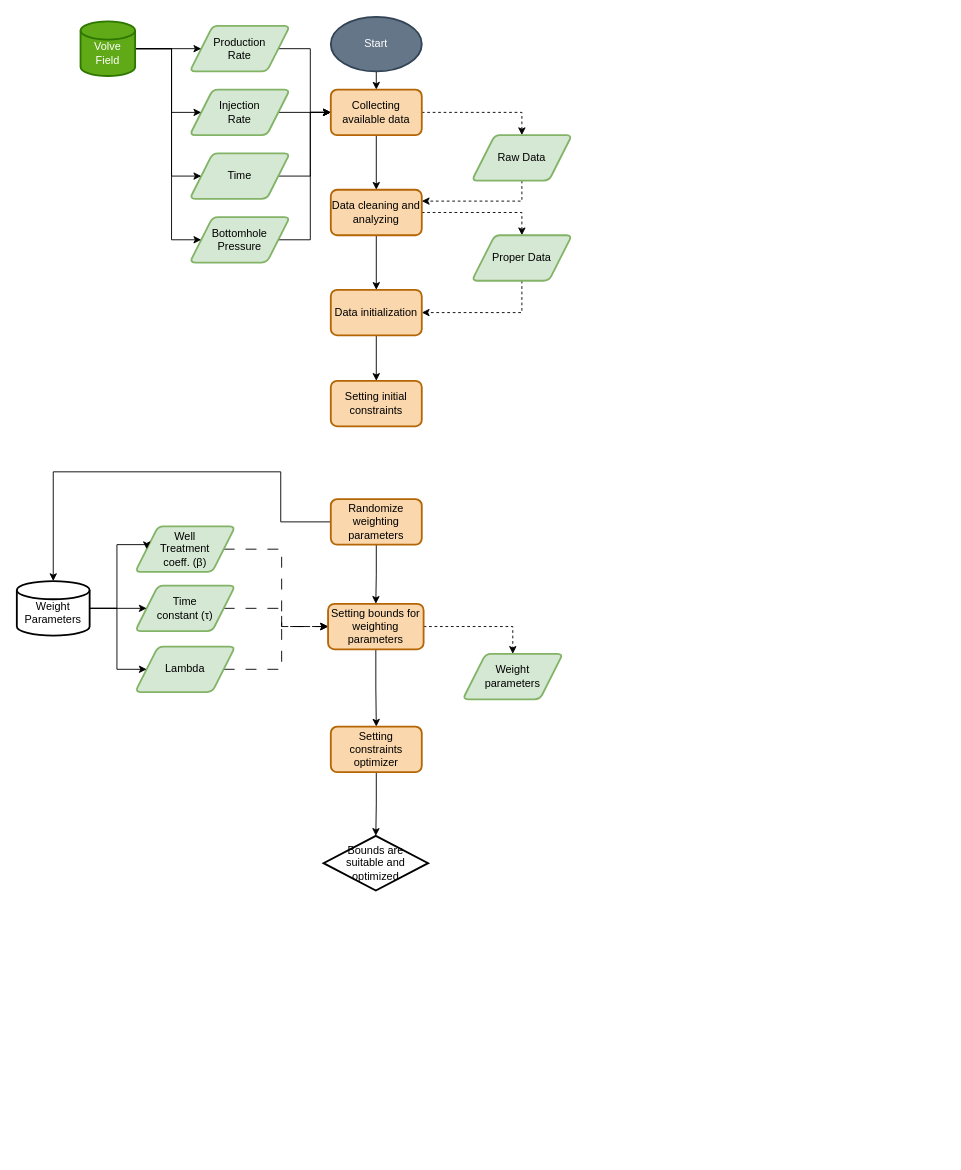
Earlier version of the draw.io diagram Untitled Diagram.drawio (leleony/leleony). Source tidied: cells renumbered, new cells numbered last; positions are measured from the earlier drawing's top-left corner, leaving out a move shared by most shapes. Both pictures are drawn from the tidied source at 91%, with x=0, y=0 at pixel (16, 16).
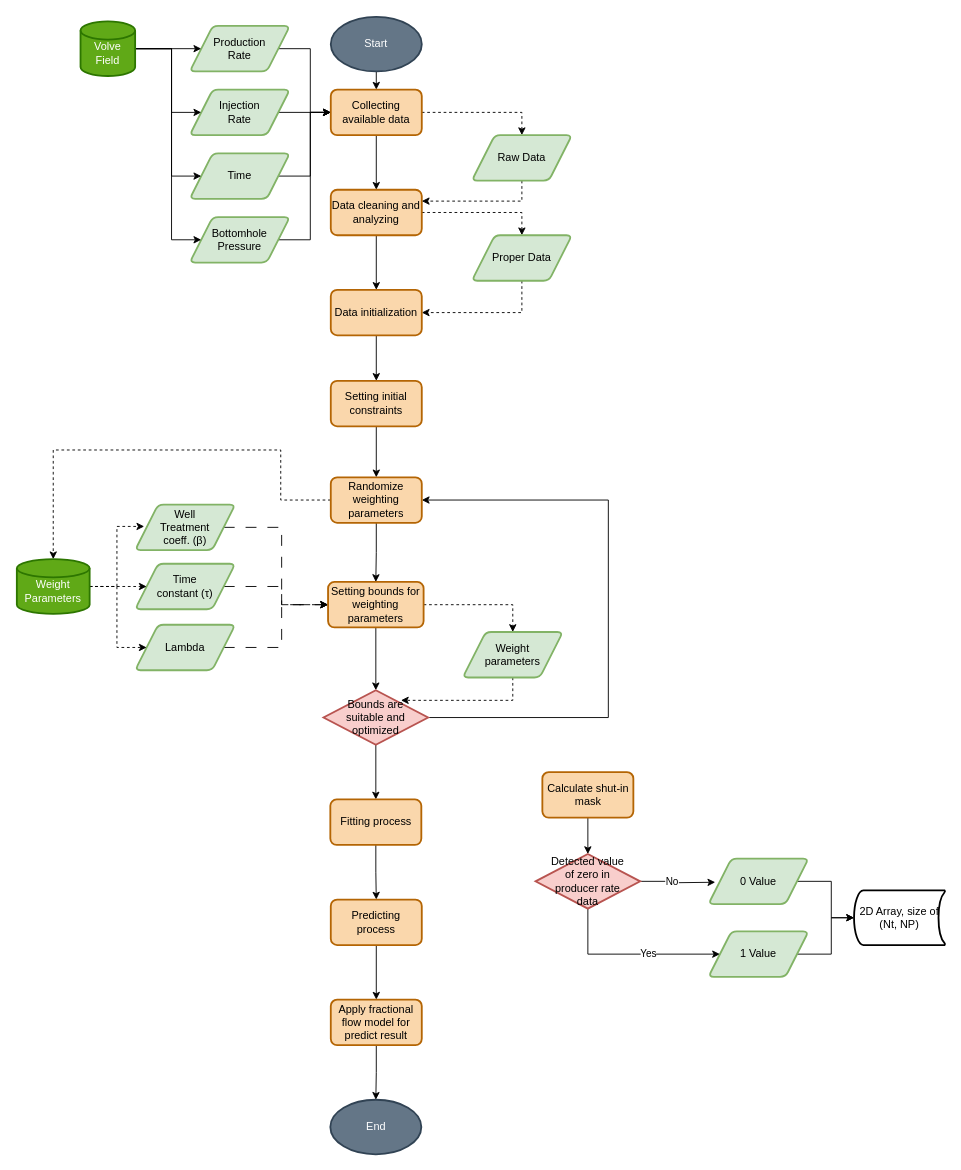
The same page after the edit.

The change refers to these unchanged cells:
```xml
<mxCell id="49" value="Setting initial constraints" style="rounded=1;whiteSpace=wrap;html=1;absoluteArcSize=1;arcSize=14;strokeWidth=2;fillColor=#fad7ac;strokeColor=#b46504;" parent="1" vertex="1">
  <mxGeometry x="345" y="400" width="100" height="50" as="geometry" />
</mxCell>
```

The edit, as a diff of the source:
```diff
@@
-    <mxCell id="30" style="edgeStyle=orthogonalEdgeStyle;rounded=0;jettySize=auto;html=1;exitX=0.5;exitY=1;exitDx=0;exitDy=0;entryX=0.5;entryY=0;entryDx=0;entryDy=0;" parent="1" edge="1" source="31" target="41">
-      <mxGeometry relative="1" as="geometry" />
-    </mxCell>
+    <mxCell id="50" style="edgeStyle=orthogonalEdgeStyle;rounded=0;jettySize=auto;html=1;exitX=0.5;exitY=1;exitDx=0;exitDy=0;entryX=0.5;entryY=0;entryDx=0;entryDy=0;entryPerimeter=0;" parent="1" edge="1" source="31" target="39">
+      <mxGeometry relative="1" as="geometry" />
+    </mxCell>
     <mxCell id="31" value="Setting bounds for weighting parameters" style="rounded=1;whiteSpace=wrap;html=1;absoluteArcSize=1;arcSize=14;strokeWidth=2;fillColor=#fad7ac;strokeColor=#b46504;" parent="1" vertex="1">
-      <mxGeometry x="342" y="645" width="105" height="50" as="geometry" />
+      <mxGeometry x="342" y="621" width="105" height="50" as="geometry" />
     </mxCell>
@@
     <mxCell id="33" value="Well Treatment coeff. (β)" style="shape=parallelogram;html=1;strokeWidth=2;perimeter=parallelogramPerimeter;whiteSpace=wrap;rounded=1;arcSize=12;size=0.23;spacingLeft=20;spacingRight=20;fillColor=#d5e8d4;strokeColor=#82b366;" parent="1" vertex="1">
-      <mxGeometry x="130" y="560" width="110" height="50" as="geometry" />
+      <mxGeometry x="130" y="536" width="110" height="50" as="geometry" />
     </mxCell>
@@
     <mxCell id="35" value="Time constant (τ)" style="shape=parallelogram;html=1;strokeWidth=2;perimeter=parallelogramPerimeter;whiteSpace=wrap;rounded=1;arcSize=12;size=0.23;spacingLeft=20;spacingRight=20;fillColor=#d5e8d4;strokeColor=#82b366;" parent="1" vertex="1">
-      <mxGeometry x="130" y="625" width="110" height="50" as="geometry" />
+      <mxGeometry x="130" y="601" width="110" height="50" as="geometry" />
     </mxCell>
@@
     <mxCell id="37" value="Lambda" style="shape=parallelogram;html=1;strokeWidth=2;perimeter=parallelogramPerimeter;whiteSpace=wrap;rounded=1;arcSize=12;size=0.23;spacingLeft=20;spacingRight=20;fillColor=#d5e8d4;strokeColor=#82b366;" parent="1" vertex="1">
-      <mxGeometry x="130" y="692" width="110" height="50" as="geometry" />
+      <mxGeometry x="130" y="668" width="110" height="50" as="geometry" />
     </mxCell>
+    <mxCell id="51" style="edgeStyle=orthogonalEdgeStyle;rounded=0;jettySize=auto;html=1;exitX=0.5;exitY=1;exitDx=0;exitDy=0;entryX=0.74;entryY=0.185;entryDx=0;entryDy=0;entryPerimeter=0;dashed=1;" parent="1" edge="1" source="38" target="39">
+      <mxGeometry relative="1" as="geometry">
+        <Array as="points">
+          <mxPoint x="545" y="751" />
+        </Array>
+      </mxGeometry>
+    </mxCell>
     <mxCell id="38" value="Weight parameters" style="shape=parallelogram;html=1;strokeWidth=2;perimeter=parallelogramPerimeter;whiteSpace=wrap;rounded=1;arcSize=12;size=0.23;spacingLeft=20;spacingRight=20;fillColor=#d5e8d4;strokeColor=#82b366;" parent="1" vertex="1">
-      <mxGeometry x="490" y="700" width="110" height="50" as="geometry" />
+      <mxGeometry x="490" y="676" width="110" height="50" as="geometry" />
     </mxCell>
+    <mxCell id="52" style="edgeStyle=orthogonalEdgeStyle;rounded=0;jettySize=auto;html=1;exitX=1;exitY=0.5;exitDx=0;exitDy=0;exitPerimeter=0;entryX=1;entryY=0.5;entryDx=0;entryDy=0;" parent="1" edge="1" source="39" target="44">
+      <mxGeometry relative="1" as="geometry">
+        <Array as="points">
+          <mxPoint x="452" y="770" />
+          <mxPoint x="650" y="770" />
+          <mxPoint x="650" y="531" />
+        </Array>
+      </mxGeometry>
+    </mxCell>
+    <mxCell id="53" style="edgeStyle=orthogonalEdgeStyle;rounded=0;jettySize=auto;html=1;exitX=0.5;exitY=1;exitDx=0;exitDy=0;exitPerimeter=0;entryX=0.5;entryY=0;entryDx=0;entryDy=0;" parent="1" edge="1" source="39" target="56">
+      <mxGeometry relative="1" as="geometry" />
+    </mxCell>
-    <mxCell id="39" value="Bounds are suitable and optimized" style="strokeWidth=2;html=1;shape=mxgraph.flowchart.decision;whiteSpace=wrap;spacingLeft=10;spacingRight=10;" parent="1" vertex="1">
-      <mxGeometry x="337" y="900" width="115" height="60" as="geometry" />
+    <mxCell id="39" value="Bounds are suitable and optimized" style="strokeWidth=2;html=1;shape=mxgraph.flowchart.decision;whiteSpace=wrap;spacingLeft=10;spacingRight=10;fillColor=#f8cecc;strokeColor=#b85450;" parent="1" vertex="1">
+      <mxGeometry x="337" y="740" width="115" height="60" as="geometry" />
     </mxCell>
-    <mxCell id="40" style="edgeStyle=orthogonalEdgeStyle;rounded=0;jettySize=auto;html=1;exitX=0.5;exitY=1;exitDx=0;exitDy=0;entryX=0.5;entryY=0;entryDx=0;entryDy=0;entryPerimeter=0;" parent="1" edge="1" source="41" target="39">
-      <mxGeometry relative="1" as="geometry" />
-    </mxCell>
-    <mxCell id="41" value="Setting constraints optimizer" style="rounded=1;whiteSpace=wrap;html=1;absoluteArcSize=1;arcSize=14;strokeWidth=2;fillColor=#fad7ac;strokeColor=#b46504;" parent="1" vertex="1">
-      <mxGeometry x="345" y="780" width="100" height="50" as="geometry" />
-    </mxCell>
-    <mxCell id="42" style="edgeStyle=orthogonalEdgeStyle;rounded=0;jettySize=auto;html=1;exitX=0;exitY=0.5;exitDx=0;exitDy=0;entryX=0.5;entryY=0;entryDx=0;entryDy=0;entryPerimeter=0;" parent="1" edge="1" source="44" target="48">
+    <mxCell id="42" style="edgeStyle=orthogonalEdgeStyle;rounded=0;jettySize=auto;html=1;exitX=0;exitY=0.5;exitDx=0;exitDy=0;entryX=0.5;entryY=0;entryDx=0;entryDy=0;entryPerimeter=0;dashed=1;" parent="1" edge="1" source="44" target="48">
       <mxGeometry relative="1" as="geometry">
         <Array as="points">
-          <mxPoint x="290" y="555" />
-          <mxPoint x="290" y="500" />
-          <mxPoint x="40" y="500" />
+          <mxPoint x="290" y="531" />
+          <mxPoint x="290" y="476" />
+          <mxPoint x="40" y="476" />
         </Array>
       </mxGeometry>
     </mxCell>
@@
     <mxCell id="44" value="Randomize weighting parameters" style="rounded=1;whiteSpace=wrap;html=1;absoluteArcSize=1;arcSize=14;strokeWidth=2;fillColor=#fad7ac;strokeColor=#b46504;" parent="1" vertex="1">
-      <mxGeometry x="345" y="530" width="100" height="50" as="geometry" />
+      <mxGeometry x="345" y="506" width="100" height="50" as="geometry" />
     </mxCell>
-    <mxCell id="45" style="edgeStyle=orthogonalEdgeStyle;rounded=0;jettySize=auto;html=1;exitX=1;exitY=0.5;exitDx=0;exitDy=0;exitPerimeter=0;entryX=0;entryY=0.5;entryDx=0;entryDy=0;" parent="1" edge="1" source="48" target="33">
+    <mxCell id="45" style="edgeStyle=orthogonalEdgeStyle;rounded=0;jettySize=auto;html=1;exitX=1;exitY=0.5;exitDx=0;exitDy=0;exitPerimeter=0;dashed=1;" parent="1" edge="1" source="48">
       <mxGeometry relative="1" as="geometry">
+        <mxPoint x="140" y="560" as="targetPoint" />
         <Array as="points">
-          <mxPoint x="110" y="650" />
-          <mxPoint x="110" y="580" />
-          <mxPoint x="143" y="580" />
+          <mxPoint x="110" y="626" />
+          <mxPoint x="110" y="560" />
+          <mxPoint x="140" y="560" />
         </Array>
       </mxGeometry>
     </mxCell>
-    <mxCell id="46" style="edgeStyle=orthogonalEdgeStyle;rounded=0;jettySize=auto;html=1;exitX=1;exitY=0.5;exitDx=0;exitDy=0;exitPerimeter=0;entryX=0;entryY=0.5;entryDx=0;entryDy=0;" parent="1" edge="1" source="48" target="35">
+    <mxCell id="46" style="edgeStyle=orthogonalEdgeStyle;rounded=0;jettySize=auto;html=1;exitX=1;exitY=0.5;exitDx=0;exitDy=0;exitPerimeter=0;entryX=0;entryY=0.5;entryDx=0;entryDy=0;dashed=1;" parent="1" edge="1" source="48" target="35">
       <mxGeometry relative="1" as="geometry" />
     </mxCell>
-    <mxCell id="47" style="edgeStyle=orthogonalEdgeStyle;rounded=0;jettySize=auto;html=1;exitX=1;exitY=0.5;exitDx=0;exitDy=0;exitPerimeter=0;entryX=0;entryY=0.5;entryDx=0;entryDy=0;" parent="1" edge="1" source="48" target="37">
+    <mxCell id="47" style="edgeStyle=orthogonalEdgeStyle;rounded=0;jettySize=auto;html=1;exitX=1;exitY=0.5;exitDx=0;exitDy=0;exitPerimeter=0;entryX=0;entryY=0.5;entryDx=0;entryDy=0;dashed=1;" parent="1" edge="1" source="48" target="37">
       <mxGeometry relative="1" as="geometry">
         <Array as="points">
-          <mxPoint x="110" y="650" />
-          <mxPoint x="110" y="717" />
+          <mxPoint x="110" y="626" />
+          <mxPoint x="110" y="693" />
         </Array>
       </mxGeometry>
     </mxCell>
-    <mxCell id="48" value="Weight&lt;br&gt;Parameters" style="strokeWidth=2;html=1;shape=mxgraph.flowchart.database;whiteSpace=wrap;spacingTop=10;" parent="1" vertex="1">
-      <mxGeometry y="620" width="80" height="60" as="geometry" />
+    <mxCell id="48" value="Weight&lt;br&gt;Parameters" style="strokeWidth=2;html=1;shape=mxgraph.flowchart.database;whiteSpace=wrap;spacingTop=10;fillColor=#60a917;fontColor=#ffffff;strokeColor=#2D7600;" parent="1" vertex="1">
+      <mxGeometry y="596" width="80" height="60" as="geometry" />
     </mxCell>
+    <mxCell id="54" style="edgeStyle=orthogonalEdgeStyle;rounded=0;jettySize=auto;html=1;exitX=0.5;exitY=1;exitDx=0;exitDy=0;entryX=0.5;entryY=0;entryDx=0;entryDy=0;" parent="1" edge="1" source="49" target="44">
+      <mxGeometry relative="1" as="geometry" />
+    </mxCell>
@@
+    <mxCell id="55" style="edgeStyle=orthogonalEdgeStyle;rounded=0;jettySize=auto;html=1;exitX=0.5;exitY=1;exitDx=0;exitDy=0;entryX=0.5;entryY=0;entryDx=0;entryDy=0;" parent="1" edge="1" source="56" target="58">
+      <mxGeometry relative="1" as="geometry" />
+    </mxCell>
+    <mxCell id="56" value="Fitting process" style="rounded=1;whiteSpace=wrap;html=1;absoluteArcSize=1;arcSize=14;strokeWidth=2;fillColor=#fad7ac;strokeColor=#b46504;" parent="1" vertex="1">
+      <mxGeometry x="344.5" y="860" width="100" height="50" as="geometry" />
+    </mxCell>
+    <mxCell id="57" style="edgeStyle=orthogonalEdgeStyle;rounded=0;jettySize=auto;html=1;exitX=0.5;exitY=1;exitDx=0;exitDy=0;entryX=0.5;entryY=0;entryDx=0;entryDy=0;" parent="1" edge="1" source="58" target="61">
+      <mxGeometry relative="1" as="geometry" />
+    </mxCell>
+    <mxCell id="58" value="Predicting process" style="rounded=1;whiteSpace=wrap;html=1;absoluteArcSize=1;arcSize=14;strokeWidth=2;fillColor=#fad7ac;strokeColor=#b46504;" parent="1" vertex="1">
+      <mxGeometry x="345" y="970" width="100" height="50" as="geometry" />
+    </mxCell>
+    <mxCell id="59" value="End" style="strokeWidth=2;html=1;shape=mxgraph.flowchart.start_2;whiteSpace=wrap;fillColor=#647687;fontColor=#ffffff;strokeColor=#314354;" parent="1" vertex="1">
+      <mxGeometry x="344.5" y="1190" width="100" height="60" as="geometry" />
+    </mxCell>
+    <mxCell id="60" style="edgeStyle=orthogonalEdgeStyle;rounded=0;jettySize=auto;html=1;exitX=0.5;exitY=1;exitDx=0;exitDy=0;entryX=0.5;entryY=0;entryDx=0;entryDy=0;entryPerimeter=0;" parent="1" edge="1" source="61" target="59">
+      <mxGeometry relative="1" as="geometry" />
+    </mxCell>
+    <mxCell id="61" value="Apply fractional flow model for predict result" style="rounded=1;whiteSpace=wrap;html=1;absoluteArcSize=1;arcSize=14;strokeWidth=2;fillColor=#fad7ac;strokeColor=#b46504;" parent="1" vertex="1">
+      <mxGeometry x="345" y="1080" width="100" height="50" as="geometry" />
+    </mxCell>
+    <mxCell id="62" style="edgeStyle=orthogonalEdgeStyle;rounded=0;jettySize=auto;html=1;entryX=0.5;entryY=0;entryDx=0;entryDy=0;entryPerimeter=0;" parent="1" edge="1" source="63" target="68">
+      <mxGeometry relative="1" as="geometry" />
+    </mxCell>
+    <mxCell id="63" value="Calculate shut-in mask" style="rounded=1;whiteSpace=wrap;html=1;absoluteArcSize=1;arcSize=14;strokeWidth=2;fillColor=#fad7ac;strokeColor=#b46504;" parent="1" vertex="1">
+      <mxGeometry x="577.5" y="830" width="100" height="50" as="geometry" />
+    </mxCell>
+    <mxCell id="64" style="edgeStyle=orthogonalEdgeStyle;rounded=0;jettySize=auto;html=1;exitX=1;exitY=0.5;exitDx=0;exitDy=0;exitPerimeter=0;entryX=0;entryY=0.75;entryDx=0;entryDy=0;" parent="1" edge="1" source="68">
+      <mxGeometry relative="1" as="geometry">
+        <mxPoint x="767.5" y="951" as="targetPoint" />
+      </mxGeometry>
+    </mxCell>
+    <mxCell id="65" value="No" style="edgeLabel;html=1;align=center;verticalAlign=middle;" parent="64" vertex="1">
+      <mxGeometry x="-0.18" y="1" relative="1" as="geometry" />
+    </mxCell>
+    <mxCell id="66" style="edgeStyle=orthogonalEdgeStyle;rounded=0;jettySize=auto;html=1;exitX=0.5;exitY=1;exitDx=0;exitDy=0;exitPerimeter=0;entryX=0;entryY=0.5;entryDx=0;entryDy=0;" parent="1" edge="1" source="68" target="73">
+      <mxGeometry relative="1" as="geometry">
+        <Array as="points">
+          <mxPoint x="627" y="1030" />
+          <mxPoint x="773" y="1030" />
+        </Array>
+      </mxGeometry>
+    </mxCell>
+    <mxCell id="67" value="Yes" style="edgeLabel;html=1;align=center;verticalAlign=middle;" parent="66" vertex="1">
+      <mxGeometry x="0.19" y="1" relative="1" as="geometry" />
+    </mxCell>
+    <mxCell id="68" value="Detected value of zero in producer rate data" style="strokeWidth=2;html=1;shape=mxgraph.flowchart.decision;whiteSpace=wrap;spacingLeft=10;spacingRight=10;fillColor=#f8cecc;strokeColor=#b85450;" parent="1" vertex="1">
+      <mxGeometry x="570" y="920" width="115" height="60" as="geometry" />
+    </mxCell>
+    <mxCell id="69" value="2D Array, size of (Nt, NP)" style="strokeWidth=2;html=1;shape=mxgraph.flowchart.stored_data;whiteSpace=wrap;" parent="1" vertex="1">
+      <mxGeometry x="920" y="960" width="100" height="60" as="geometry" />
+    </mxCell>
+    <mxCell id="70" style="edgeStyle=orthogonalEdgeStyle;rounded=0;jettySize=auto;html=1;exitX=1;exitY=0.5;exitDx=0;exitDy=0;entryX=0;entryY=0.5;entryDx=0;entryDy=0;entryPerimeter=0;" parent="1" edge="1" source="71" target="69">
+      <mxGeometry relative="1" as="geometry" />
+    </mxCell>
+    <mxCell id="71" value="0 Value" style="shape=parallelogram;html=1;strokeWidth=2;perimeter=parallelogramPerimeter;whiteSpace=wrap;rounded=1;arcSize=12;size=0.23;spacingLeft=20;spacingRight=20;fillColor=#d5e8d4;strokeColor=#82b366;" parent="1" vertex="1">
+      <mxGeometry x="760" y="925" width="110" height="50" as="geometry" />
+    </mxCell>
+    <mxCell id="72" style="edgeStyle=orthogonalEdgeStyle;rounded=0;jettySize=auto;html=1;exitX=1;exitY=0.5;exitDx=0;exitDy=0;entryX=0;entryY=0.5;entryDx=0;entryDy=0;entryPerimeter=0;" parent="1" edge="1" source="73" target="69">
+      <mxGeometry relative="1" as="geometry" />
+    </mxCell>
+    <mxCell id="73" value="1 Value" style="shape=parallelogram;html=1;strokeWidth=2;perimeter=parallelogramPerimeter;whiteSpace=wrap;rounded=1;arcSize=12;size=0.23;spacingLeft=20;spacingRight=20;fillColor=#d5e8d4;strokeColor=#82b366;" parent="1" vertex="1">
+      <mxGeometry x="760" y="1005" width="110" height="50" as="geometry" />
+    </mxCell>
```
